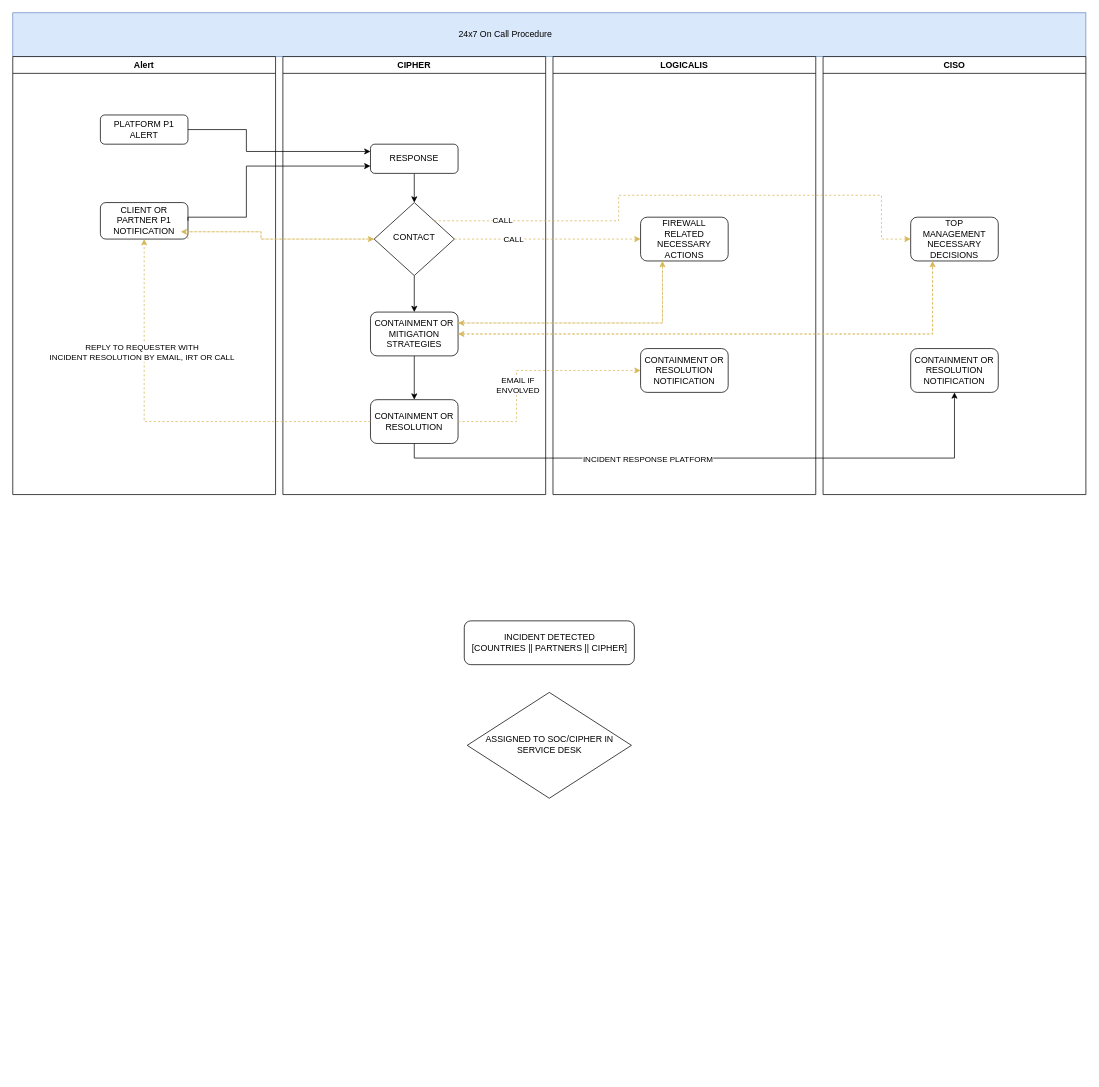
Before: Diagrama sem nome.drawio in SousinhaT/SousinhaT, a draw.io diagram. Source tidied: cells renumbered, new cells numbered last; positions are measured from the earlier drawing's top-left corner, leaving out a move shared by most shapes. Both pictures are drawn from the tidied source at 73%, with x=0, y=0 at pixel (12, 12).
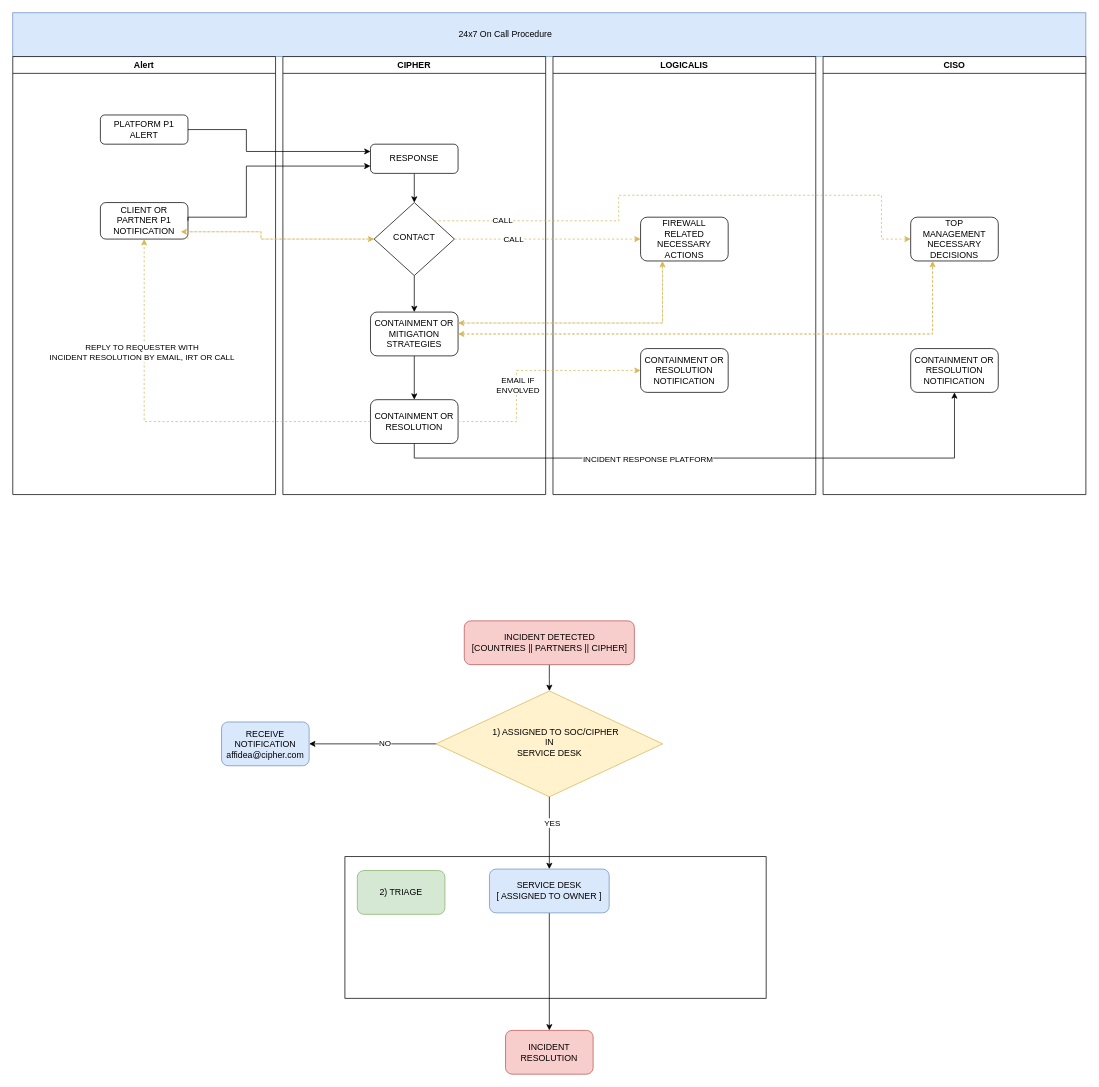
The same diagram, later.

The edit, as a diff of the source:
```diff
@@
+    <mxCell id="45" style="edgeStyle=orthogonalEdgeStyle;rounded=0;jettySize=auto;html=1;exitX=0.5;exitY=1;exitDx=0;exitDy=0;" parent="1" edge="1" source="43" target="44">
+      <mxGeometry relative="1" as="geometry" />
+    </mxCell>
-    <mxCell id="43" value="INCIDENT DETECTED&lt;br&gt;[COUNTRIES || PARTNERS || CIPHER]" style="rounded=1;whiteSpace=wrap;html=1;" parent="1" vertex="1">
+    <mxCell id="43" value="INCIDENT DETECTED&lt;br&gt;[COUNTRIES || PARTNERS || CIPHER]" style="rounded=1;whiteSpace=wrap;html=1;fillColor=#f8cecc;strokeColor=#b85450;" parent="1" vertex="1">
       <mxGeometry x="618.5" y="833" width="233" height="60" as="geometry" />
     </mxCell>
+    <mxCell id="46" style="edgeStyle=orthogonalEdgeStyle;rounded=0;jettySize=auto;html=1;exitX=0;exitY=0.5;exitDx=0;exitDy=0;entryX=1;entryY=0.5;entryDx=0;entryDy=0;" parent="1" edge="1" source="44" target="51">
+      <mxGeometry relative="1" as="geometry" />
+    </mxCell>
+    <mxCell id="47" value="NO" style="edgeLabel;html=1;align=center;verticalAlign=middle;" parent="46" vertex="1">
+      <mxGeometry x="-0.19" y="-1" relative="1" as="geometry" />
+    </mxCell>
-    <mxCell id="44" value="ASSIGNED TO SOC/CIPHER IN &lt;br&gt;SERVICE DESK" style="rhombus;whiteSpace=wrap;html=1;shadow=0;fontFamily=Helvetica;fontSize=12;align=center;strokeWidth=1;spacing=6;spacingTop=-4;" parent="1" vertex="1">
-      <mxGeometry x="622.5" y="931" width="225" height="145" as="geometry" />
+    <mxCell id="44" value="&amp;nbsp; &amp;nbsp; &amp;nbsp;1) ASSIGNED TO SOC/CIPHER &lt;br&gt;IN &lt;br&gt;SERVICE DESK" style="rhombus;whiteSpace=wrap;html=1;shadow=0;fontFamily=Helvetica;fontSize=12;align=center;strokeWidth=1;spacing=6;spacingTop=-4;fillColor=#fff2cc;strokeColor=#d6b656;" parent="1" vertex="1">
+      <mxGeometry x="579.8" y="929" width="310.5" height="145" as="geometry" />
     </mxCell>
+    <mxCell id="48" style="rounded=0;whiteSpace=wrap;html=1;" parent="1" vertex="1">
+      <mxGeometry x="455" y="1156" width="577" height="194" as="geometry" />
+    </mxCell>
+    <mxCell id="49" style="edgeStyle=orthogonalEdgeStyle;rounded=0;jettySize=auto;html=1;exitX=0.5;exitY=1;exitDx=0;exitDy=0;entryX=0.5;entryY=0;entryDx=0;entryDy=0;" parent="1" edge="1" source="44" target="53">
+      <mxGeometry relative="1" as="geometry" />
+    </mxCell>
+    <mxCell id="50" value="YES" style="edgeLabel;html=1;align=center;verticalAlign=middle;" parent="49" vertex="1">
+      <mxGeometry x="-0.27" y="3" relative="1" as="geometry" />
+    </mxCell>
+    <mxCell id="51" value="RECEIVE NOTIFICATION&lt;br&gt;affidea@cipher.com" style="rounded=1;whiteSpace=wrap;html=1;fillColor=#dae8fc;strokeColor=#6c8ebf;" parent="1" vertex="1">
+      <mxGeometry x="286" y="971.5" width="120" height="60" as="geometry" />
+    </mxCell>
+    <mxCell id="52" style="edgeStyle=orthogonalEdgeStyle;rounded=0;jettySize=auto;html=1;exitX=0.5;exitY=1;exitDx=0;exitDy=0;" parent="1" edge="1" source="53" target="54">
+      <mxGeometry relative="1" as="geometry" />
+    </mxCell>
+    <mxCell id="53" value="SERVICE DESK&lt;br&gt;[ ASSIGNED TO OWNER ]" style="rounded=1;whiteSpace=wrap;html=1;fillColor=#dae8fc;strokeColor=#6c8ebf;" parent="1" vertex="1">
+      <mxGeometry x="653" y="1173" width="164" height="60" as="geometry" />
+    </mxCell>
+    <mxCell id="54" value="INCIDENT&lt;br&gt;RESOLUTION" style="rounded=1;whiteSpace=wrap;html=1;fillColor=#f8cecc;strokeColor=#b85450;" parent="1" vertex="1">
+      <mxGeometry x="675" y="1394" width="120" height="60" as="geometry" />
+    </mxCell>
+    <mxCell id="55" value="2) TRIAGE" style="rounded=1;whiteSpace=wrap;html=1;fillColor=#d5e8d4;strokeColor=#82b366;" parent="1" vertex="1">
+      <mxGeometry x="472" y="1175" width="120" height="60" as="geometry" />
+    </mxCell>
```
